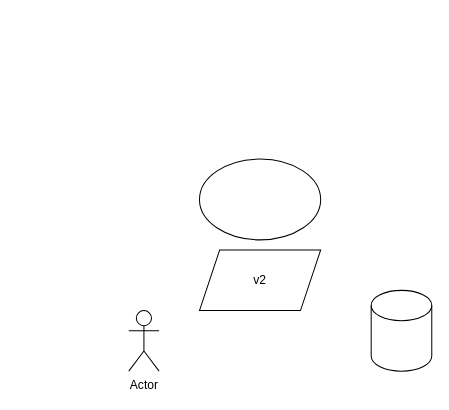
This is testfolder/Untitled Diagram.drawio from cheeyang/drawio-diagrams, a draw.io file, before an edit. Source tidied: cells renumbered, new cells numbered last; positions are measured from the earlier drawing's top-left corner, leaving out a move shared by most shapes. Both pictures are drawn from the tidied source at 101%, with x=0, y=0 at pixel (128, 159).
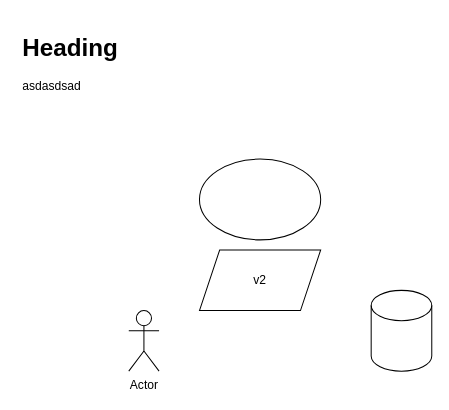
After the change.

The edit, as a diff of the source:
```diff
@@
 <mxGraphModel>
   <root>
     <mxCell id="0" />
     <mxCell id="1" parent="0" />
     <mxCell id="2" style="shape=cylinder3;whiteSpace=wrap;html=1;boundedLbl=1;backgroundOutline=1;size=15;" parent="1" vertex="1">
       <mxGeometry x="240" y="130" width="60" height="80" as="geometry" />
     </mxCell>
     <mxCell id="3" style="ellipse;whiteSpace=wrap;html=1;" parent="1" vertex="1">
       <mxGeometry x="70" width="120" height="80" as="geometry" />
     </mxCell>
     <mxCell id="4" value="Actor" style="shape=umlActor;verticalLabelPosition=bottom;verticalAlign=top;html=1;" parent="1" vertex="1">
       <mxGeometry y="150" width="30" height="60" as="geometry" />
     </mxCell>
     <mxCell id="5" value="v2" style="shape=parallelogram;perimeter=parallelogramPerimeter;whiteSpace=wrap;html=1;fixedSize=1;" parent="1" vertex="1">
       <mxGeometry x="70" y="90" width="120" height="60" as="geometry" />
     </mxCell>
+    <mxCell id="6" value="&lt;h1&gt;Heading&lt;/h1&gt;&lt;p&gt;asdasdsad&lt;br&gt;&lt;/p&gt;" style="text;html=1;strokeColor=none;fillColor=none;spacing=5;spacingTop=-20;whiteSpace=wrap;overflow=hidden;rounded=0;" parent="1" vertex="1">
+      <mxGeometry x="-110" y="-130" width="190" height="120" as="geometry" />
+    </mxCell>
   </root>
 </mxGraphModel>
```
